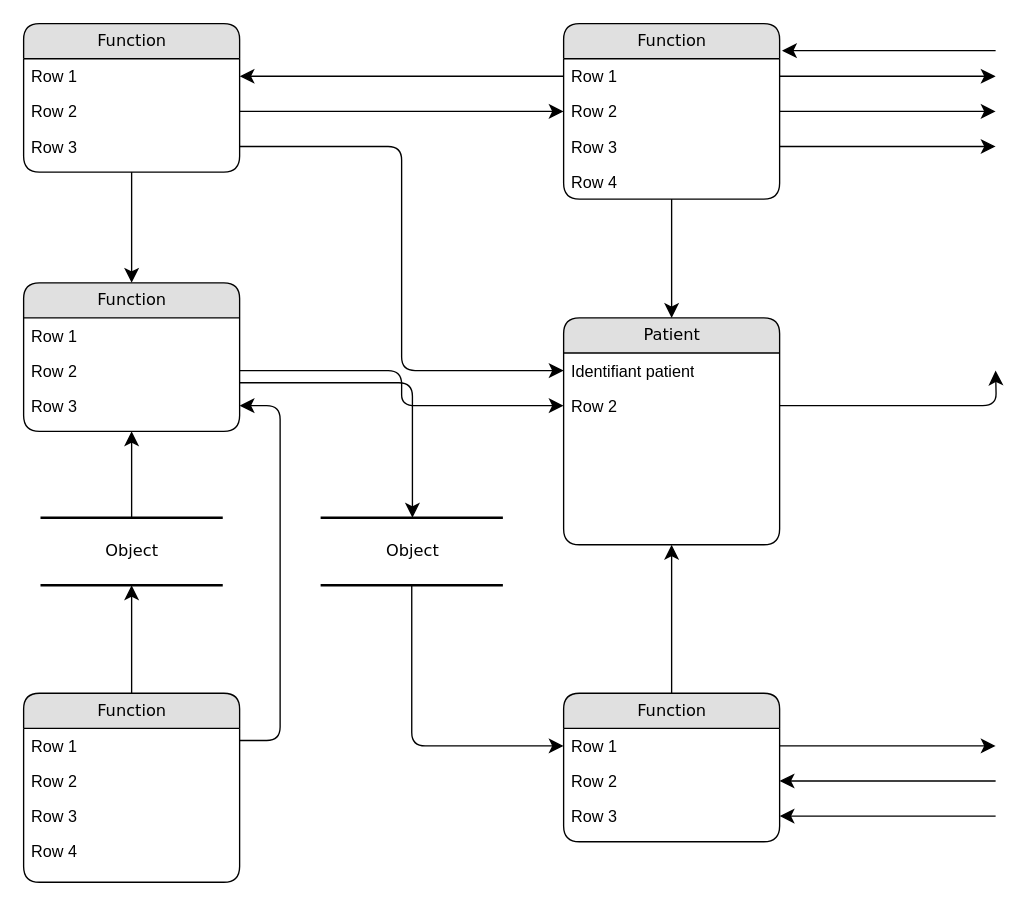
Before: osiris_rwd.drawio in rsigogne/osiris_rwd, a draw.io diagram. Source tidied: cells renumbered, new cells numbered last; positions are measured from the earlier drawing's top-left corner, leaving out a move shared by most shapes. Both pictures are drawn from the tidied source at 135%, with x=0, y=0 at pixel (23, 23).
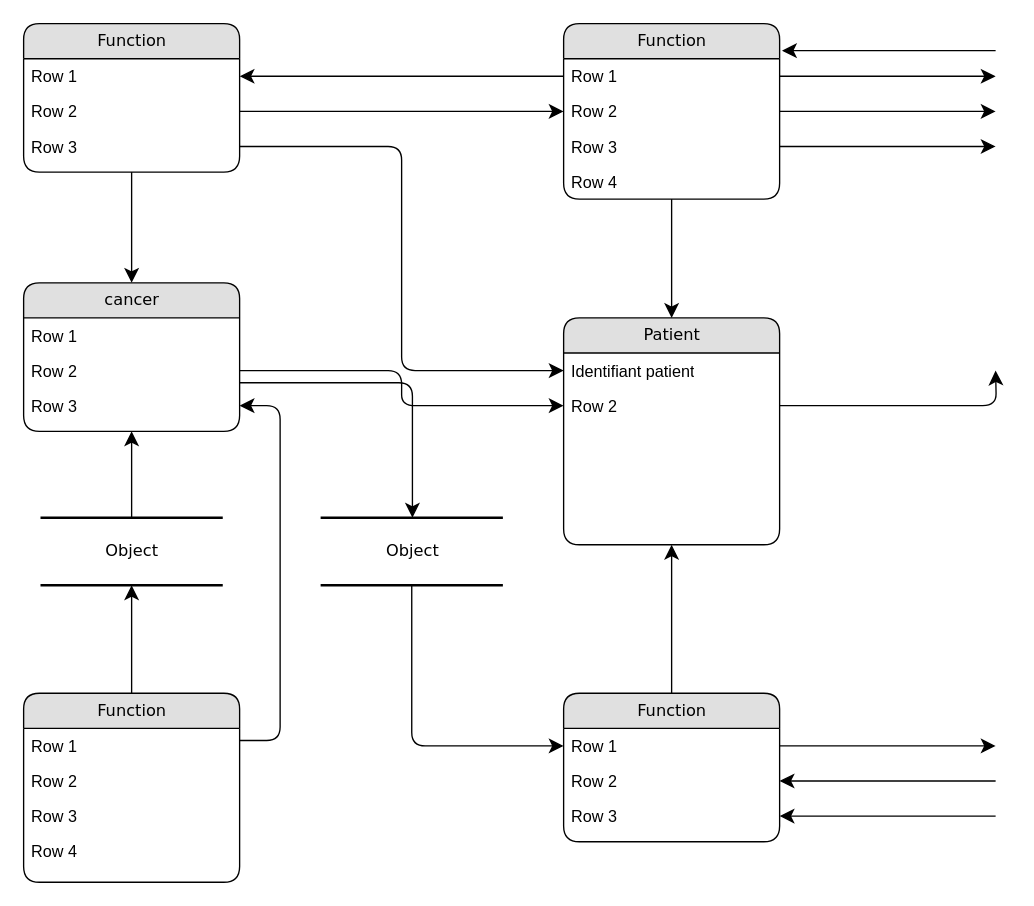
The same diagram, later.

Commit message:
MAJ cancer

The edit, as a diff of the source:
```diff
@@
-    <mxCell id="12" value="Function" style="swimlane;html=1;fontStyle=0;horizontal=1;startSize=26;fillColor=#e0e0e0;swimlaneFillColor=#ffffff;align=center;rounded=1;shadow=0;comic=0;labelBackgroundColor=none;strokeWidth=1;fontFamily=Verdana;fontSize=12;" parent="1" vertex="1">
+    <mxCell id="12" value="cancer" style="swimlane;html=1;fontStyle=0;horizontal=1;startSize=26;fillColor=#e0e0e0;swimlaneFillColor=#ffffff;align=center;rounded=1;shadow=0;comic=0;labelBackgroundColor=none;strokeWidth=1;fontFamily=Verdana;fontSize=12;" parent="1" vertex="1">
       <mxGeometry y="192" width="160" height="110" as="geometry" />
     </mxCell>
```
